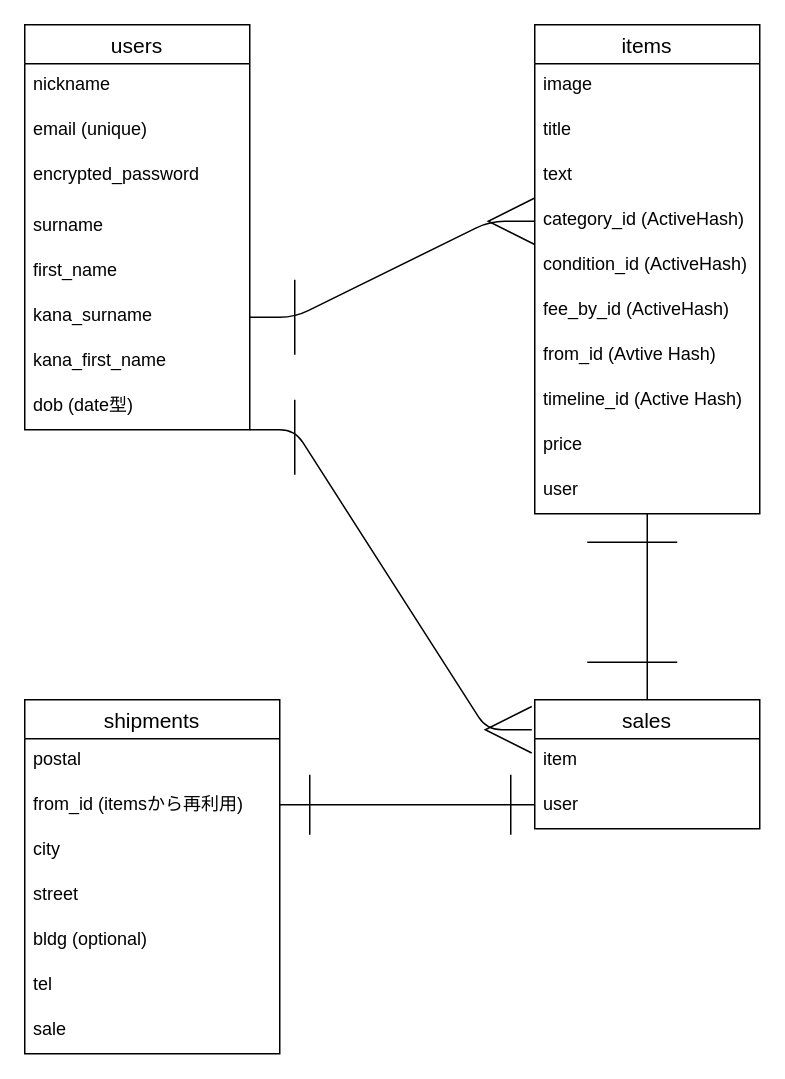
This is furima.dio from U-ki-M/furima-36120, a draw.io file, before an edit. Source tidied: cells renumbered, new cells numbered last; positions are measured from the earlier drawing's top-left corner, leaving out a move shared by most shapes. Both pictures are drawn from the tidied source at 150%, with x=0, y=0 at pixel (24, 24).
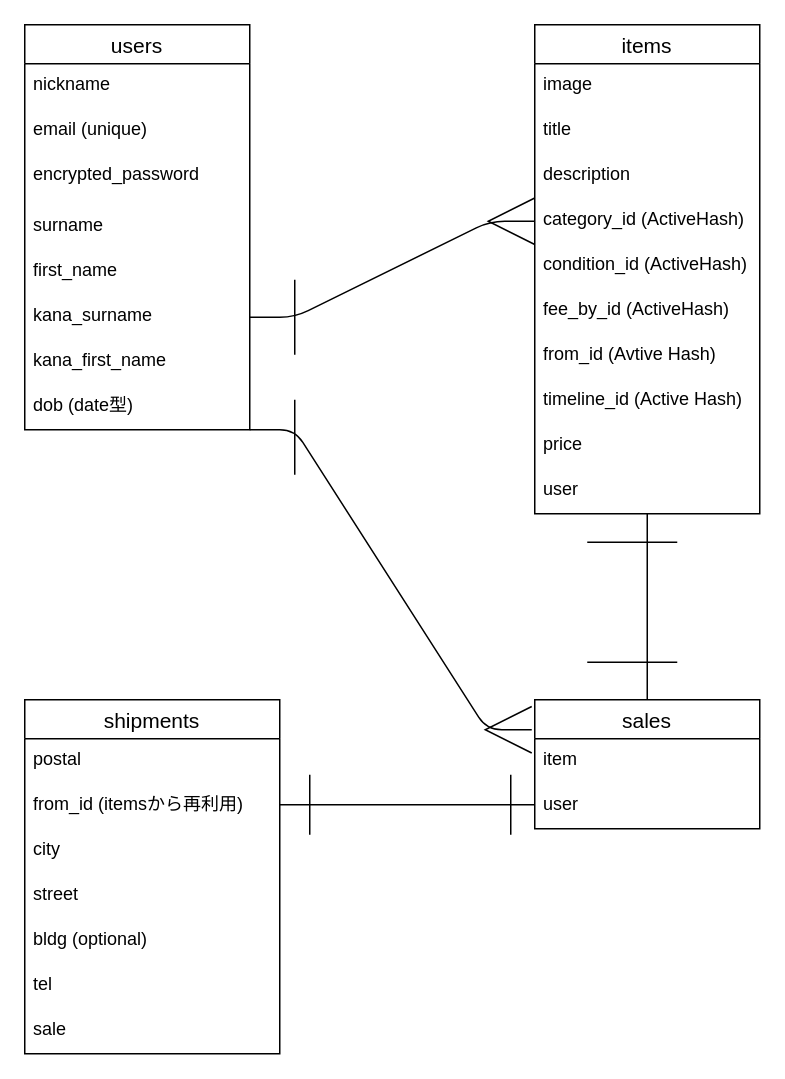
Above is the later version.

The change refers to these unchanged cells:
```xml
<mxCell id="22" value="items" style="swimlane;fontStyle=0;horizontal=1;startSize=26;align=center;fontSize=14;" parent="1" vertex="1">
  <mxGeometry x="340" width="150" height="326" as="geometry" />
</mxCell>
```

Change to the diagram source:
```diff
@@
-    <mxCell id="25" value="text" style="text;strokeColor=none;fillColor=none;spacingLeft=4;spacingRight=4;overflow=hidden;fontSize=12;" parent="22" vertex="1">
+    <mxCell id="25" value="description" style="text;strokeColor=none;fillColor=none;spacingLeft=4;spacingRight=4;overflow=hidden;fontSize=12;" parent="22" vertex="1">
       <mxGeometry y="86" width="150" height="30" as="geometry" />
     </mxCell>
```
